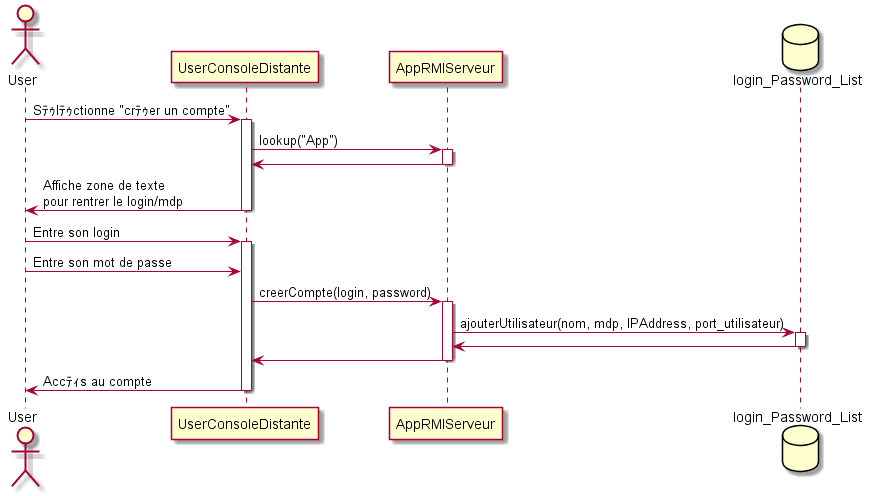
This is UML/diagrammes de sequence/creationCompte.png from XgLsuLzRMy/AppChat, a PlantUML export, as it was before one commit.
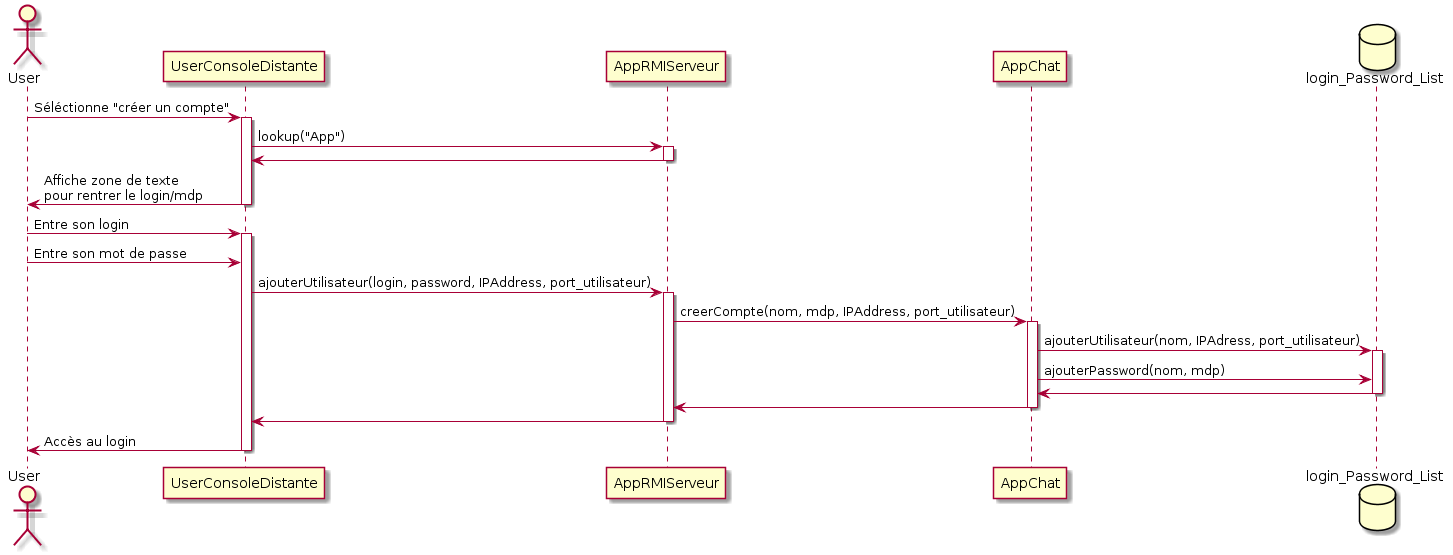
The same file after the commit.

Commit message:
ajouts diagrammes de sequence

Diff of the diagram source:
```diff
@@ -2,9 +2,10 @@
 actor User
 participant UserConsoleDistante
 participant AppRMIServeur
+participant AppChat
 database login_Password_List
 
-User -> UserConsoleDistante : S??l??ctionne "cr??er un compte"
+User -> UserConsoleDistante : Séléctionne "créer un compte"
 activate UserConsoleDistante
 
 UserConsoleDistante -> AppRMIServeur : lookup("App")
@@ -19,18 +20,24 @@
 activate UserConsoleDistante
 User -> UserConsoleDistante : Entre son mot de passe
 
-UserConsoleDistante -> AppRMIServeur : creerCompte(login, password)
+UserConsoleDistante -> AppRMIServeur : ajouterUtilisateur(login, password, IPAddress, port_utilisateur)
 activate AppRMIServeur
 
-AppRMIServeur -> login_Password_List : ajouterUtilisateur(nom, mdp, IPAddress, port_utilisateur)
+AppRMIServeur -> AppChat : creerCompte(nom, mdp, IPAddress, port_utilisateur)
+activate AppChat
+
+AppChat -> login_Password_List : ajouterUtilisateur(nom, IPAdress, port_utilisateur)
 activate login_Password_List
+AppChat -> login_Password_List : ajouterPassword(nom, mdp)
+login_Password_List -> AppChat
+deactivate login_Password_List
 
-login_Password_List -> AppRMIServeur
-deactivate login_Password_List
+AppChat -> AppRMIServeur
+deactivate AppChat
 
 AppRMIServeur -> UserConsoleDistante
 deactivate AppRMIServeur
 
-UserConsoleDistante -> User : Acc??s au compte
+UserConsoleDistante -> User : Accès au login
 deactivate UserConsoleDistante
 @enduml
```
